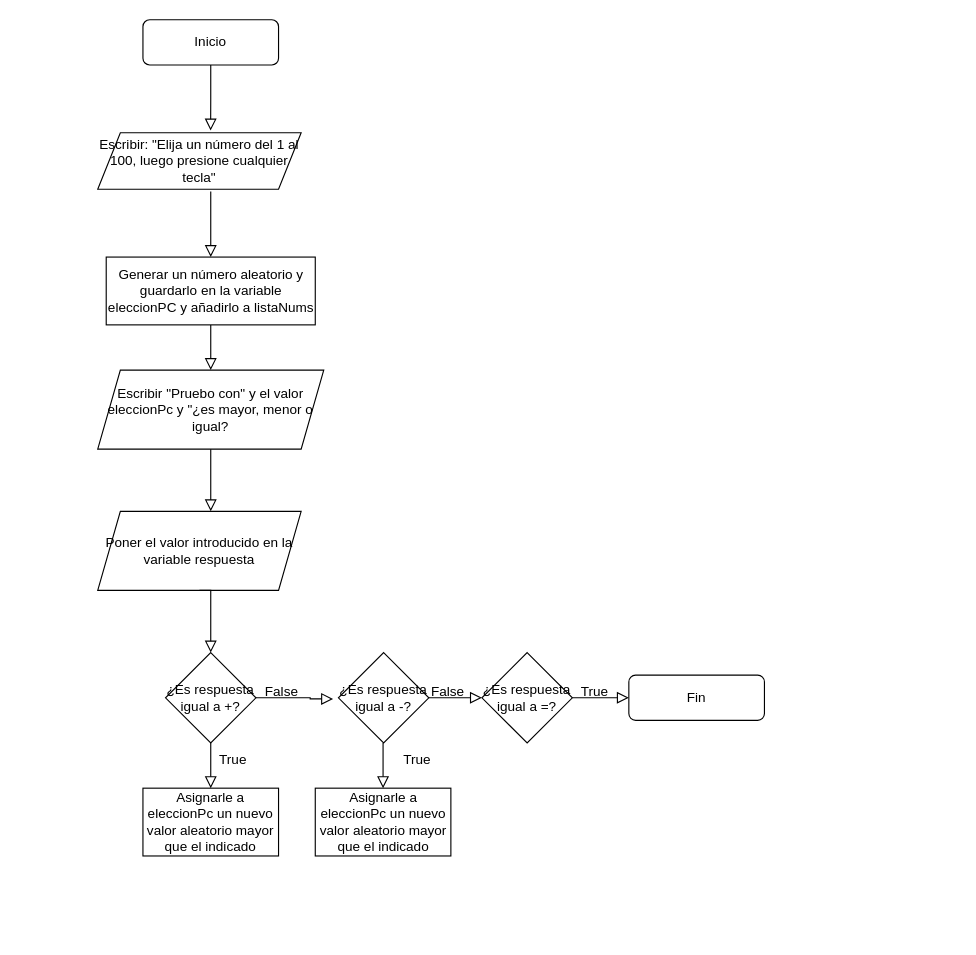
The draw.io diagram Diagramas de flujo/AhoraYo.drawio in Patriesc/LosBucles, before the edit. Source tidied: cells renumbered, new cells numbered last; positions are measured from the earlier drawing's top-left corner, leaving out a move shared by most shapes. Both pictures are drawn from the tidied source at 113%, with x=0, y=0 at pixel (97, 19).
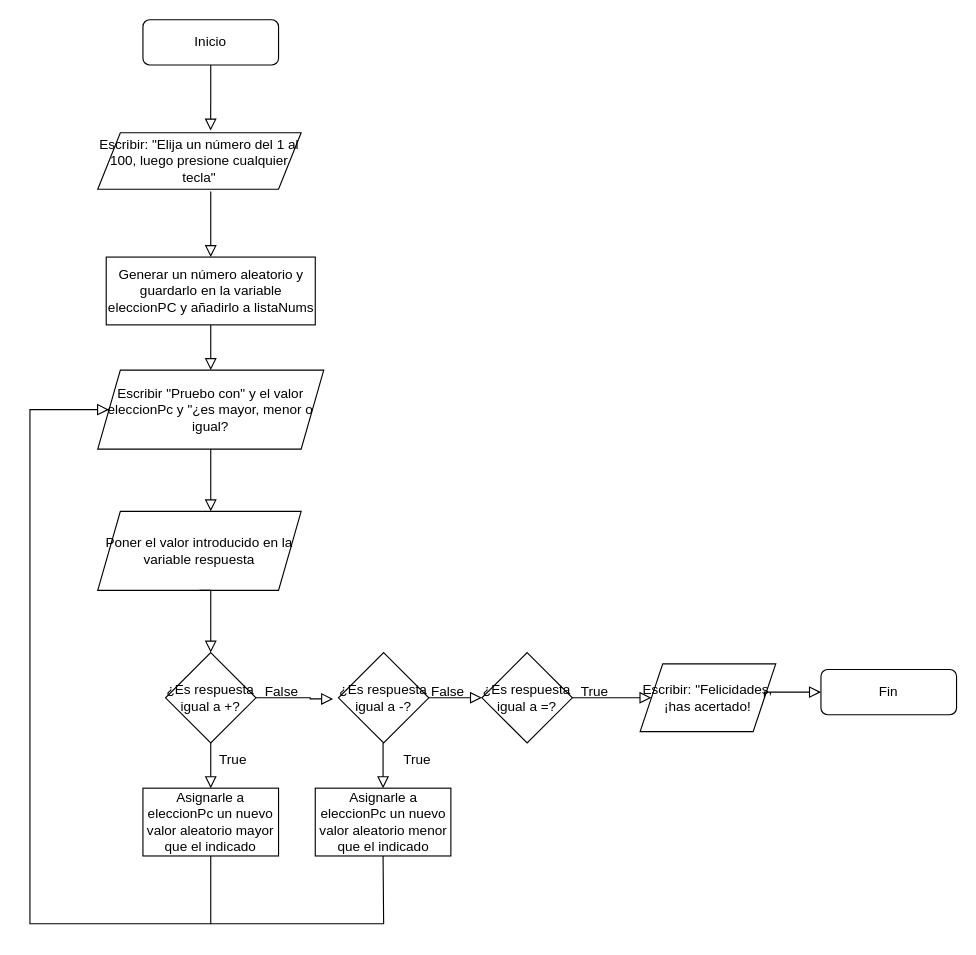
After the change.

Unchanged cells that the change refers to:
```xml
<mxCell id="8" value="Escribir &quot;Pruebo con&quot; y el valor eleccionPc y &quot;¿es mayor, menor o igual?" style="shape=parallelogram;perimeter=parallelogramPerimeter;whiteSpace=wrap;html=1;fixedSize=1;" parent="1" vertex="1">
  <mxGeometry y="310" width="200" height="70" as="geometry" />
</mxCell>
<mxCell id="12" value="¿Es respuesta igual a =?" style="rhombus;whiteSpace=wrap;html=1;" parent="1" vertex="1">
  <mxGeometry x="340" y="560" width="80" height="80" as="geometry" />
</mxCell>
<mxCell id="13" value="Asignarle a eleccionPc un nuevo valor aleatorio mayor que el indicado" style="rounded=0;whiteSpace=wrap;html=1;" parent="1" vertex="1">
  <mxGeometry x="40" y="680" width="120" height="60" as="geometry" />
</mxCell>
```

Change to the diagram source:
```diff
@@
     <mxCell id="4" value="Fin" style="rounded=1;whiteSpace=wrap;html=1;fontSize=12;glass=0;strokeWidth=1;shadow=0;" parent="1" vertex="1">
-      <mxGeometry x="470" y="580" width="120" height="40" as="geometry" />
+      <mxGeometry x="640" y="575" width="120" height="40" as="geometry" />
     </mxCell>
@@
-    <mxCell id="14" value="Asignarle a eleccionPc un nuevo valor aleatorio mayor que el indicado" style="rounded=0;whiteSpace=wrap;html=1;" parent="1" vertex="1">
+    <mxCell id="14" value="Asignarle a eleccionPc un nuevo valor aleatorio menor que el indicado" style="rounded=0;whiteSpace=wrap;html=1;" parent="1" vertex="1">
       <mxGeometry x="192.5" y="680" width="120" height="60" as="geometry" />
     </mxCell>
@@
-    <mxCell id="20" style="rounded=0;html=1;jettySize=auto;fontSize=11;endArrow=block;endFill=0;endSize=8;strokeWidth=1;shadow=0;labelBackgroundColor=none;edgeStyle=orthogonalEdgeStyle;exitX=1;exitY=0.5;exitDx=0;exitDy=0;entryX=0;entryY=0.5;entryDx=0;entryDy=0;" parent="1" edge="1" source="12" target="4">
-      <mxGeometry relative="1" as="geometry">
-        <Array as="points">
-          <mxPoint x="430" y="600" />
-          <mxPoint x="430" y="600" />
-        </Array>
-      </mxGeometry>
+    <mxCell id="20" style="rounded=0;html=1;jettySize=auto;fontSize=11;endArrow=block;endFill=0;endSize=8;strokeWidth=1;shadow=0;labelBackgroundColor=none;edgeStyle=orthogonalEdgeStyle;exitX=1;exitY=0.5;exitDx=0;exitDy=0;entryX=0;entryY=0.5;entryDx=0;entryDy=0;" parent="1" edge="1" source="12" target="28">
+      <mxGeometry relative="1" as="geometry" />
     </mxCell>
@@
+    <mxCell id="28" value="Escribir: &quot;Felicidades, ¡has acertado!" style="shape=parallelogram;perimeter=parallelogramPerimeter;whiteSpace=wrap;html=1;fixedSize=1;" parent="1" vertex="1">
+      <mxGeometry x="480" y="570" width="120" height="60" as="geometry" />
+    </mxCell>
+    <mxCell id="29" style="rounded=0;html=1;jettySize=auto;fontSize=11;endArrow=block;endFill=0;endSize=8;strokeWidth=1;shadow=0;labelBackgroundColor=none;edgeStyle=orthogonalEdgeStyle;exitX=1;exitY=0.5;exitDx=0;exitDy=0;entryX=0;entryY=0.5;entryDx=0;entryDy=0;" parent="1" edge="1" source="28" target="4">
+      <mxGeometry relative="1" as="geometry">
+        <Array as="points">
+          <mxPoint x="590" y="595" />
+        </Array>
+      </mxGeometry>
+    </mxCell>
+    <mxCell id="30" style="rounded=0;html=1;jettySize=auto;fontSize=11;endArrow=block;endFill=0;endSize=8;strokeWidth=1;shadow=0;labelBackgroundColor=none;edgeStyle=orthogonalEdgeStyle;exitX=0.5;exitY=1;exitDx=0;exitDy=0;entryX=0;entryY=0.5;entryDx=0;entryDy=0;" parent="1" edge="1" source="13" target="8">
+      <mxGeometry relative="1" as="geometry">
+        <Array as="points">
+          <mxPoint x="100" y="800" />
+          <mxPoint x="-60" y="800" />
+          <mxPoint x="-60" y="345" />
+        </Array>
+      </mxGeometry>
+    </mxCell>
+    <mxCell id="31" style="endArrow=none;html=1;rounded=0;entryX=0.5;entryY=1;entryDx=0;entryDy=0;" parent="1" edge="1" target="14">
+      <mxGeometry relative="1" as="geometry">
+        <mxPoint x="100" y="800" as="sourcePoint" />
+        <Array as="points">
+          <mxPoint x="253" y="800" />
+        </Array>
+      </mxGeometry>
+    </mxCell>
```
